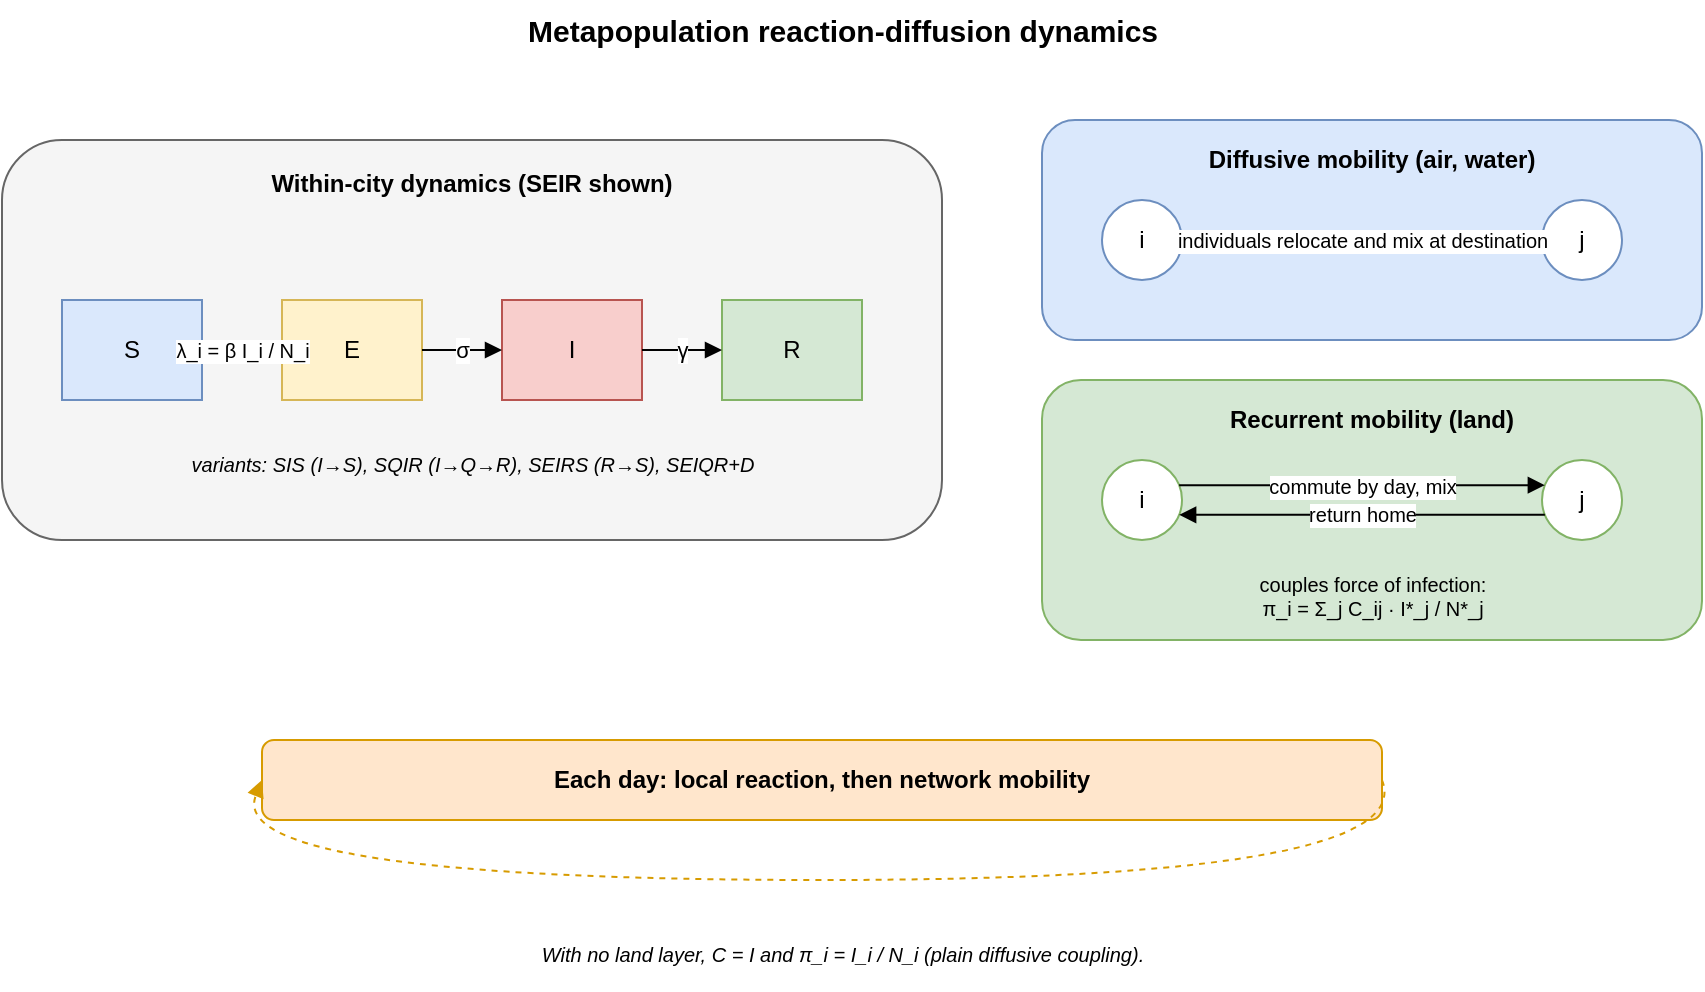
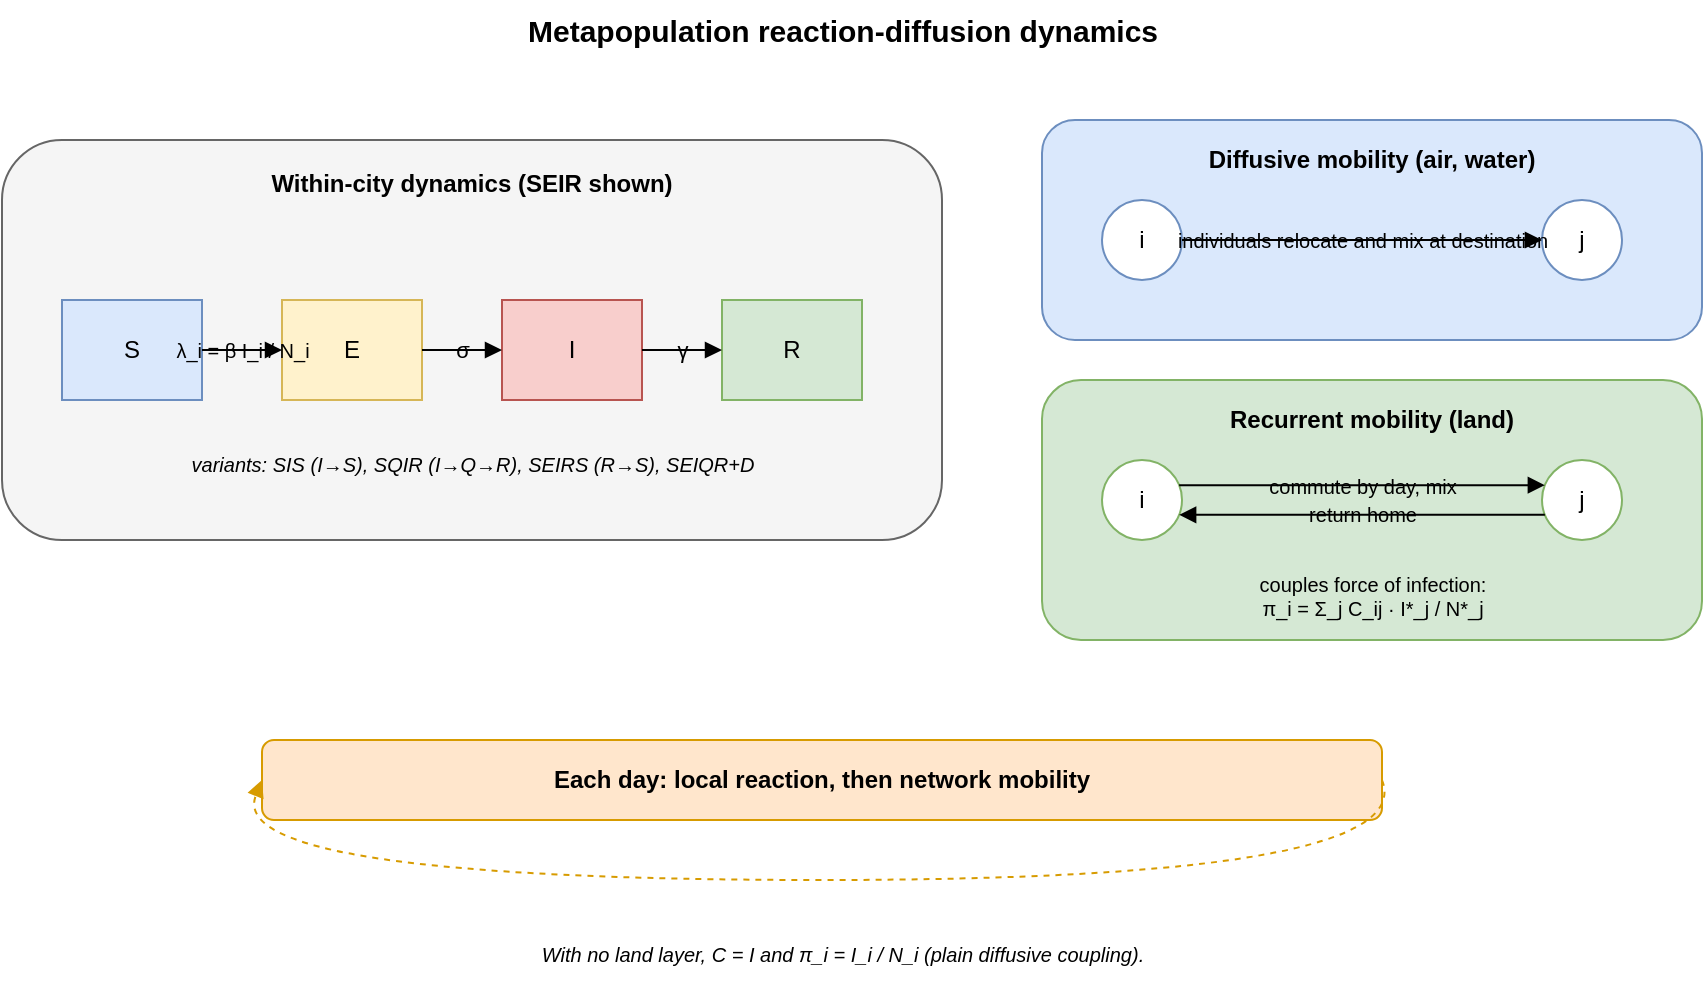
<mxfile host="app.diagrams.net" type="device">
  <diagram id="F3rd" name="F3 Reaction-diffusion dynamics">
    <mxGraphModel dx="1100" dy="800" grid="1" gridSize="10" guides="1" tooltips="1" connect="1" arrows="1" fold="1" page="1" pageScale="1" pageWidth="940" pageHeight="560" math="0" shadow="0">
      <root>
        <mxCell id="0" />
        <mxCell id="1" parent="0" />

        <mxCell id="title" value="Metapopulation reaction-diffusion dynamics" style="text;html=1;fontSize=15;fontStyle=1;align=center;" vertex="1" parent="1">
          <mxGeometry x="230" y="10" width="480" height="30" as="geometry" />
        </mxCell>

        <!-- City container -->
        <mxCell id="city" value="Within-city dynamics (SEIR shown)" style="rounded=1;whiteSpace=wrap;html=1;verticalAlign=top;align=center;spacingTop=8;fillColor=#f5f5f5;strokeColor=#666666;fontStyle=1;" vertex="1" parent="1">
          <mxGeometry x="50" y="80" width="470" height="200" as="geometry" />
        </mxCell>

        <!-- Compartments -->
        <mxCell id="S" value="S" style="rounded=0;whiteSpace=wrap;html=1;fillColor=#dae8fc;strokeColor=#6c8ebf;" vertex="1" parent="1"><mxGeometry x="80" y="160" width="70" height="50" as="geometry" /></mxCell>
        <mxCell id="E" value="E" style="rounded=0;whiteSpace=wrap;html=1;fillColor=#fff2cc;strokeColor=#d6b656;" vertex="1" parent="1"><mxGeometry x="190" y="160" width="70" height="50" as="geometry" /></mxCell>
        <mxCell id="I" value="I" style="rounded=0;whiteSpace=wrap;html=1;fillColor=#f8cecc;strokeColor=#b85450;" vertex="1" parent="1"><mxGeometry x="300" y="160" width="70" height="50" as="geometry" /></mxCell>
        <mxCell id="R" value="R" style="rounded=0;whiteSpace=wrap;html=1;fillColor=#d5e8d4;strokeColor=#82b366;" vertex="1" parent="1"><mxGeometry x="410" y="160" width="70" height="50" as="geometry" /></mxCell>

-         <mxCell id="tSE" value="λ_i = β I_i / N_i" style="endArrow=block;html=1;fontSize=10;" edge="1" parent="1" source="S" target="E"><mxGeometry relative="1" as="geometry" /></mxCell>
-         <mxCell id="tEI" value="σ" style="endArrow=block;html=1;fontSize=11;" edge="1" parent="1" source="E" target="I"><mxGeometry relative="1" as="geometry" /></mxCell>
-         <mxCell id="tIR" value="γ" style="endArrow=block;html=1;fontSize=11;" edge="1" parent="1" source="I" target="R"><mxGeometry relative="1" as="geometry" /></mxCell>
+         <mxCell id="tSE" value="λ_i = β I_i / N_i" style="labelBackgroundColor=none;endArrow=block;html=1;fontSize=10;" edge="1" parent="1" source="S" target="E"><mxGeometry relative="1" as="geometry" /></mxCell>
+         <mxCell id="tEI" value="σ" style="labelBackgroundColor=none;endArrow=block;html=1;fontSize=11;" edge="1" parent="1" source="E" target="I"><mxGeometry relative="1" as="geometry" /></mxCell>
+         <mxCell id="tIR" value="γ" style="labelBackgroundColor=none;endArrow=block;html=1;fontSize=11;" edge="1" parent="1" source="I" target="R"><mxGeometry relative="1" as="geometry" /></mxCell>

        <mxCell id="variants" value="variants: SIS (I→S), SQIR (I→Q→R), SEIRS (R→S), SEIQR+D" style="text;html=1;fontSize=10;fontStyle=2;align=center;" vertex="1" parent="1">
          <mxGeometry x="90" y="230" width="390" height="20" as="geometry" />
        </mxCell>

        <!-- Mobility: diffusive -->
        <mxCell id="diffBox" value="Diffusive mobility (air, water)" style="rounded=1;whiteSpace=wrap;html=1;verticalAlign=top;align=center;spacingTop=6;fillColor=#dae8fc;strokeColor=#6c8ebf;fontStyle=1;" vertex="1" parent="1">
          <mxGeometry x="570" y="70" width="330" height="110" as="geometry" />
        </mxCell>
        <mxCell id="di" value="i" style="ellipse;whiteSpace=wrap;html=1;fillColor=#ffffff;strokeColor=#6c8ebf;" vertex="1" parent="1"><mxGeometry x="600" y="110" width="40" height="40" as="geometry" /></mxCell>
        <mxCell id="dj" value="j" style="ellipse;whiteSpace=wrap;html=1;fillColor=#ffffff;strokeColor=#6c8ebf;" vertex="1" parent="1"><mxGeometry x="820" y="110" width="40" height="40" as="geometry" /></mxCell>
-         <mxCell id="de" value="individuals relocate and mix at destination" style="endArrow=block;html=1;fontSize=10;" edge="1" parent="1" source="di" target="dj"><mxGeometry relative="1" as="geometry" /></mxCell>
+         <mxCell id="de" value="individuals relocate and mix at destination" style="labelBackgroundColor=none;endArrow=block;html=1;fontSize=10;" edge="1" parent="1" source="di" target="dj"><mxGeometry relative="1" as="geometry" /></mxCell>

        <!-- Mobility: recurrent -->
        <mxCell id="recBox" value="Recurrent mobility (land)" style="rounded=1;whiteSpace=wrap;html=1;verticalAlign=top;align=center;spacingTop=6;fillColor=#d5e8d4;strokeColor=#82b366;fontStyle=1;" vertex="1" parent="1">
          <mxGeometry x="570" y="200" width="330" height="130" as="geometry" />
        </mxCell>
        <mxCell id="ri" value="i" style="ellipse;whiteSpace=wrap;html=1;fillColor=#ffffff;strokeColor=#82b366;" vertex="1" parent="1"><mxGeometry x="600" y="240" width="40" height="40" as="geometry" /></mxCell>
        <mxCell id="rj" value="j" style="ellipse;whiteSpace=wrap;html=1;fillColor=#ffffff;strokeColor=#82b366;" vertex="1" parent="1"><mxGeometry x="820" y="240" width="40" height="40" as="geometry" /></mxCell>
-         <mxCell id="re1" value="commute by day, mix" style="endArrow=block;html=1;fontSize=10;exitX=1;exitY=0.3;entryX=0;entryY=0.3;" edge="1" parent="1" source="ri" target="rj"><mxGeometry relative="1" as="geometry" /></mxCell>
-         <mxCell id="re2" value="return home" style="endArrow=block;html=1;fontSize=10;exitX=0;exitY=0.7;entryX=1;entryY=0.7;" edge="1" parent="1" source="rj" target="ri"><mxGeometry relative="1" as="geometry" /></mxCell>
+         <mxCell id="re1" value="commute by day, mix" style="labelBackgroundColor=none;endArrow=block;html=1;fontSize=10;exitX=1;exitY=0.3;entryX=0;entryY=0.3;" edge="1" parent="1" source="ri" target="rj"><mxGeometry relative="1" as="geometry" /></mxCell>
+         <mxCell id="re2" value="return home" style="labelBackgroundColor=none;endArrow=block;html=1;fontSize=10;exitX=0;exitY=0.7;entryX=1;entryY=0.7;" edge="1" parent="1" source="rj" target="ri"><mxGeometry relative="1" as="geometry" /></mxCell>
        <mxCell id="recform" value="couples force of infection:&#10;π_i = Σ_j C_ij · I*_j / N*_j" style="text;html=1;fontSize=10;align=center;" vertex="1" parent="1">
          <mxGeometry x="600" y="290" width="270" height="35" as="geometry" />
        </mxCell>

        <!-- Daily loop -->
        <mxCell id="loop" value="Each day: local reaction, then network mobility" style="rounded=1;whiteSpace=wrap;html=1;fillColor=#ffe6cc;strokeColor=#d79b00;fontStyle=1;" vertex="1" parent="1">
          <mxGeometry x="180" y="380" width="560" height="40" as="geometry" />
        </mxCell>
-         <mxCell id="loopArrow" style="endArrow=block;html=1;rounded=1;exitX=1;exitY=0.5;entryX=0;entryY=0.5;curved=1;strokeColor=#d79b00;dashed=1;" edge="1" parent="1" source="loop" target="loop">
+         <mxCell id="loopArrow" style="labelBackgroundColor=none;endArrow=block;html=1;rounded=1;exitX=1;exitY=0.5;entryX=0;entryY=0.5;curved=1;strokeColor=#d79b00;dashed=1;" edge="1" parent="1" source="loop" target="loop">
          <mxGeometry relative="1" as="geometry">
            <Array as="points"><mxPoint x="760" y="450" /><mxPoint x="160" y="450" /></Array>
          </mxGeometry>
        </mxCell>

        <mxCell id="note" value="With no land layer, C = I and π_i = I_i / N_i (plain diffusive coupling)." style="text;html=1;fontSize=10;fontStyle=2;align=center;" vertex="1" parent="1">
          <mxGeometry x="90" y="475" width="760" height="30" as="geometry" />
        </mxCell>
      </root>
    </mxGraphModel>
  </diagram>
</mxfile>
